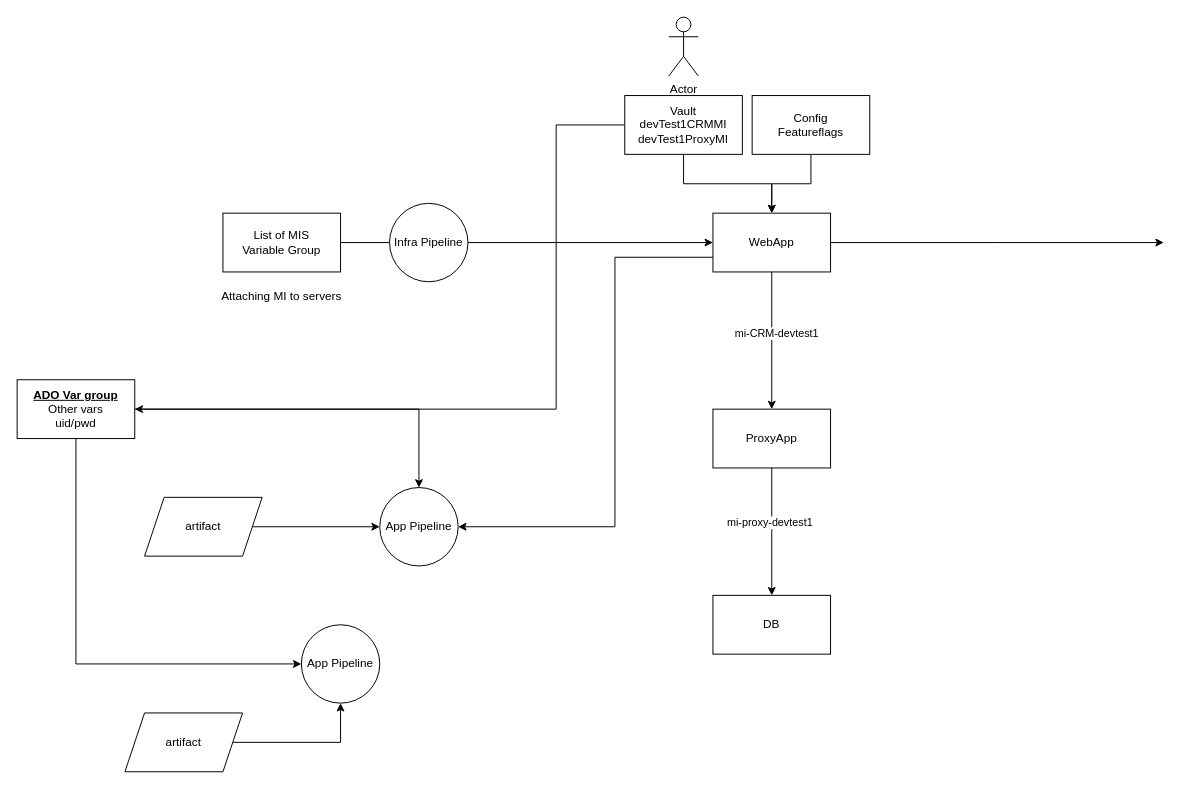
The draw.io diagram infra/VaultConfigMI.drawio in vjavle/invoicecloud, before the edit. Source tidied: cells renumbered, new cells numbered last; positions are measured from the earlier drawing's top-left corner, leaving out a move shared by most shapes. Both pictures are drawn from the tidied source at 98%, with x=0, y=0 at pixel (17, 17).
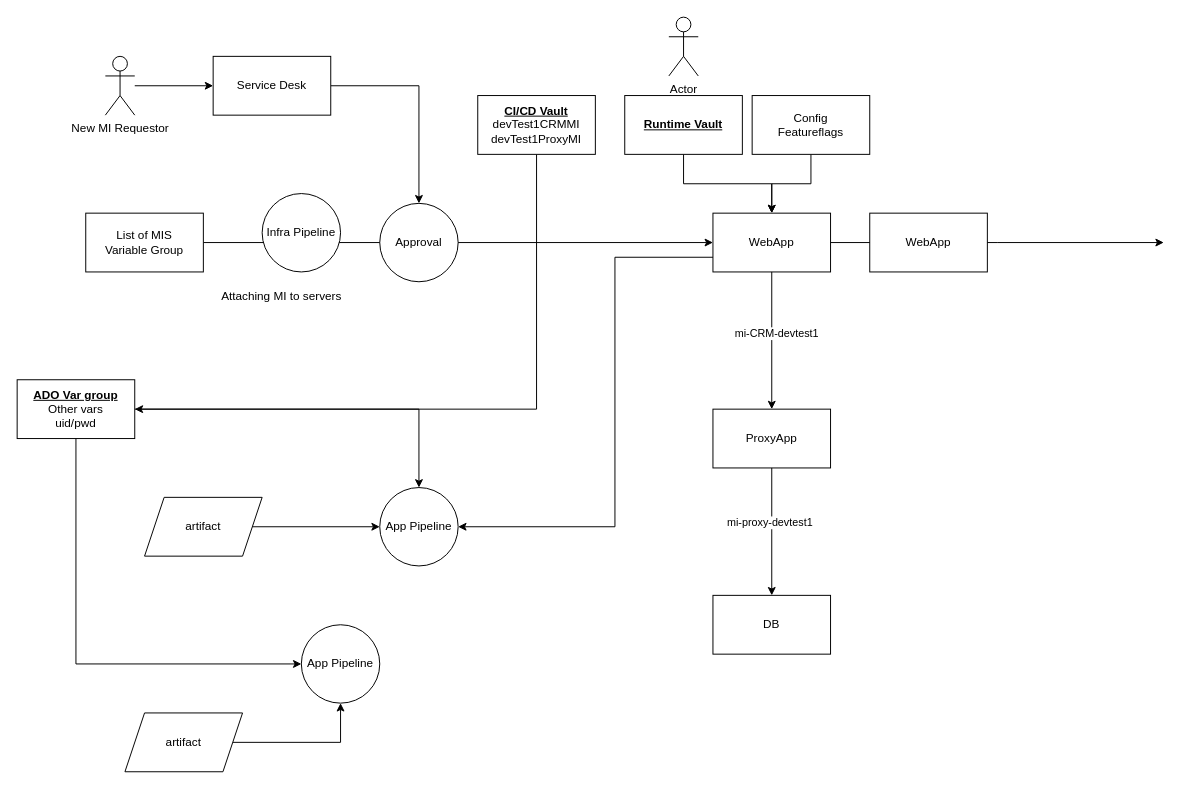
After the change.

The change refers to these unchanged cells:
```xml
<mxCell id="23" value="&lt;b&gt;&lt;u&gt;ADO Var group&lt;/u&gt;&lt;/b&gt;&lt;br&gt;Other vars&lt;br&gt;uid/pwd" style="rounded=0;whiteSpace=wrap;html=1;" parent="1" vertex="1">
  <mxGeometry y="370" width="120" height="60" as="geometry" />
</mxCell>
```

Change to the diagram source:
```diff
@@
-    <mxCell id="11" value="Vault&lt;br&gt;devTest1CRMMI&lt;br&gt;devTest1ProxyMI" style="rounded=0;whiteSpace=wrap;html=1;" parent="1" vertex="1">
+    <mxCell id="11" value="&lt;b&gt;&lt;u&gt;Runtime Vault&lt;/u&gt;&lt;/b&gt;" style="rounded=0;whiteSpace=wrap;html=1;" parent="1" vertex="1">
       <mxGeometry x="620" y="80" width="120" height="60" as="geometry" />
     </mxCell>
@@
     <mxCell id="15" value="List of MIS&lt;br&gt;Variable Group" style="rounded=0;whiteSpace=wrap;html=1;" parent="1" vertex="1">
-      <mxGeometry x="210" y="200" width="120" height="60" as="geometry" />
+      <mxGeometry x="70" y="200" width="120" height="60" as="geometry" />
     </mxCell>
     <mxCell id="16" value="Infra Pipeline" style="ellipse;whiteSpace=wrap;html=1;" parent="1" vertex="1">
-      <mxGeometry x="380" y="190" width="80" height="80" as="geometry" />
+      <mxGeometry x="250" y="180" width="80" height="80" as="geometry" />
     </mxCell>
@@
-    <mxCell id="22" style="edgeStyle=orthogonalEdgeStyle;rounded=0;jettySize=auto;html=1;startArrow=classic;startFill=1;endArrow=none;endFill=0;" parent="1" edge="1" source="23" target="11">
-      <mxGeometry relative="1" as="geometry">
-        <Array as="points">
-          <mxPoint x="550" y="400" />
-          <mxPoint x="550" y="110" />
-        </Array>
-      </mxGeometry>
+    <mxCell id="22" style="edgeStyle=orthogonalEdgeStyle;rounded=0;jettySize=auto;html=1;startArrow=classic;startFill=1;endArrow=none;endFill=0;entryX=0.5;entryY=1;entryDx=0;entryDy=0;" parent="1" edge="1" source="23" target="31">
+      <mxGeometry relative="1" as="geometry" />
     </mxCell>
@@
+    <mxCell id="30" value="WebApp" style="rounded=0;whiteSpace=wrap;html=1;" parent="1" vertex="1">
+      <mxGeometry x="870" y="200" width="120" height="60" as="geometry" />
+    </mxCell>
+    <mxCell id="31" value="&lt;b&gt;&lt;u&gt;CI/CD Vault&lt;/u&gt;&lt;/b&gt;&lt;br&gt;devTest1CRMMI&lt;br&gt;devTest1ProxyMI" style="rounded=0;whiteSpace=wrap;html=1;" parent="1" vertex="1">
+      <mxGeometry x="470" y="80" width="120" height="60" as="geometry" />
+    </mxCell>
+    <mxCell id="32" value="Approval" style="ellipse;whiteSpace=wrap;html=1;" parent="1" vertex="1">
+      <mxGeometry x="370" y="190" width="80" height="80" as="geometry" />
+    </mxCell>
+    <mxCell id="33" style="edgeStyle=orthogonalEdgeStyle;rounded=0;jettySize=auto;html=1;" parent="1" edge="1" source="34" target="32">
+      <mxGeometry relative="1" as="geometry" />
+    </mxCell>
+    <mxCell id="34" value="Service Desk" style="rounded=0;whiteSpace=wrap;html=1;" parent="1" vertex="1">
+      <mxGeometry x="200" y="40" width="120" height="60" as="geometry" />
+    </mxCell>
+    <mxCell id="35" style="edgeStyle=orthogonalEdgeStyle;rounded=0;jettySize=auto;html=1;" parent="1" edge="1" source="36" target="34">
+      <mxGeometry relative="1" as="geometry" />
+    </mxCell>
+    <mxCell id="36" value="New MI Requestor" style="shape=umlActor;verticalLabelPosition=bottom;verticalAlign=top;html=1;outlineConnect=0;" parent="1" vertex="1">
+      <mxGeometry x="90" y="40" width="30" height="60" as="geometry" />
+    </mxCell>
```
